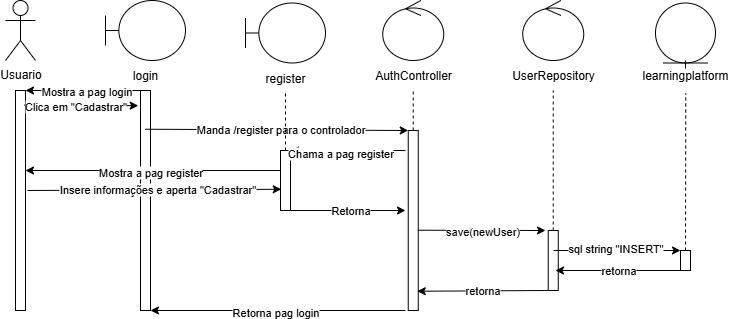
Before: Diagrama de Sequência - Cadastro - FINAL.drawio.png, a diagram exported from draw.io (Poseidon137x/Proj-Eng-Software-II). Source tidied: cells renumbered, new cells last; positions are measured from the earlier drawing's top-left corner, leaving out a move shared by most shapes.
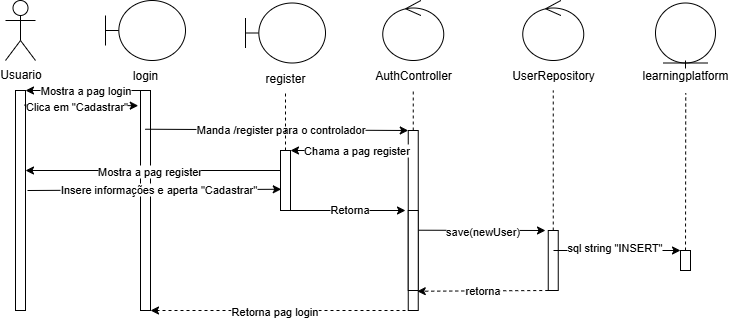
The same diagram one commit later.

The edit, as a diff of the source:
```diff
@@ -85,7 +85,9 @@
       </mxGeometry>
     </mxCell>
     <mxCell id="26" value="Chama a pag register" style="edgeLabel;html=1;align=center;verticalAlign=middle;" parent="25" vertex="1">
-      <mxGeometry x="0.14" y="2" relative="1" as="geometry" />
+      <mxGeometry x="0.14" y="2" relative="1" as="geometry">
+        <mxPoint x="16" y="-2" as="offset" />
+      </mxGeometry>
     </mxCell>
     <mxCell id="27" style="endArrow=none;dashed=1;html=1;rounded=0;entryX=0.5;entryY=1;entryDx=0;entryDy=0;" parent="1" edge="1" target="13">
       <mxGeometry relative="1" as="geometry">
@@ -112,7 +114,7 @@
     <mxCell id="31" value="Insere informações e aperta &quot;Cadastrar&quot;" style="edgeLabel;html=1;align=center;verticalAlign=middle;" parent="30" vertex="1">
       <mxGeometry x="0.03" y="1" relative="1" as="geometry" />
     </mxCell>
-    <mxCell id="32" style="endArrow=classic;html=1;rounded=0;entryX=0.875;entryY=0.399;entryDx=0;entryDy=0;entryPerimeter=0;" parent="1" edge="1">
+    <mxCell id="32" style="endArrow=classic;html=1;rounded=0;entryX=0.875;entryY=0.399;entryDx=0;entryDy=0;entryPerimeter=0;dashed=1;" parent="1" edge="1">
       <mxGeometry relative="1" as="geometry">
         <mxPoint x="400" y="310" as="sourcePoint" />
         <mxPoint x="145" y="310" as="targetPoint" />
@@ -161,19 +163,14 @@
     <mxCell id="44" value="sql string &quot;INSERT&quot;" style="edgeLabel;html=1;align=center;verticalAlign=middle;" parent="43" vertex="1">
       <mxGeometry x="-0.04" y="3" relative="1" as="geometry" />
     </mxCell>
-    <mxCell id="45" style="endArrow=classic;html=1;rounded=0;exitX=0;exitY=1;exitDx=0;exitDy=0;" parent="1" edge="1" source="42">
-      <mxGeometry relative="1" as="geometry">
-        <mxPoint x="550" y="270" as="targetPoint" />
-      </mxGeometry>
-    </mxCell>
-    <mxCell id="46" value="retorna" style="edgeLabel;html=1;align=center;verticalAlign=middle;" parent="45" vertex="1">
-      <mxGeometry x="0.01" y="-1" relative="1" as="geometry" />
-    </mxCell>
-    <mxCell id="47" style="endArrow=classic;html=1;rounded=0;entryX=0.9;entryY=0.893;entryDx=0;entryDy=0;entryPerimeter=0;exitX=0;exitY=1;exitDx=0;exitDy=0;" parent="1" edge="1" source="37" target="24">
+    <mxCell id="47" style="endArrow=classic;html=1;rounded=0;entryX=0.9;entryY=0.893;entryDx=0;entryDy=0;entryPerimeter=0;exitX=0;exitY=1;exitDx=0;exitDy=0;dashed=1;" parent="1" edge="1" source="37" target="24">
       <mxGeometry relative="1" as="geometry" />
     </mxCell>
     <mxCell id="48" value="retorna" style="edgeLabel;html=1;align=center;verticalAlign=middle;" parent="47" vertex="1">
       <mxGeometry x="0.01" y="-1" relative="1" as="geometry" />
     </mxCell>
+    <mxCell id="49" style="rounded=0;whiteSpace=wrap;html=1;" parent="1" vertex="1">
+      <mxGeometry x="402.8" y="210" width="10" height="80" as="geometry" />
+    </mxCell>
   </root>
 </mxGraphModel>
```
